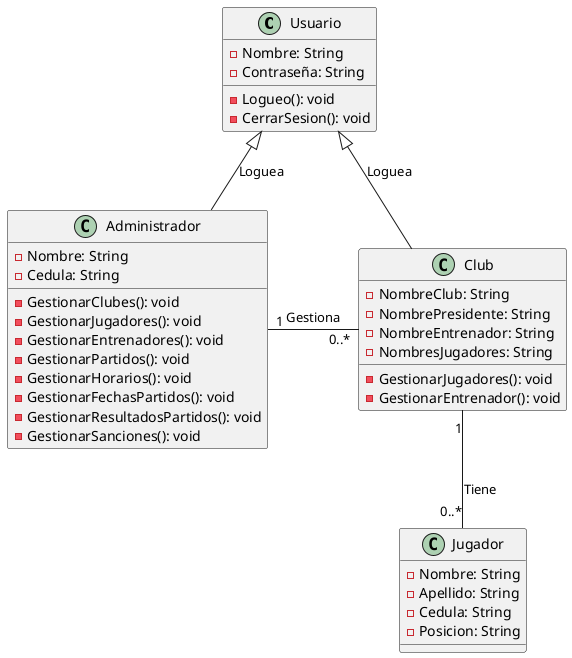
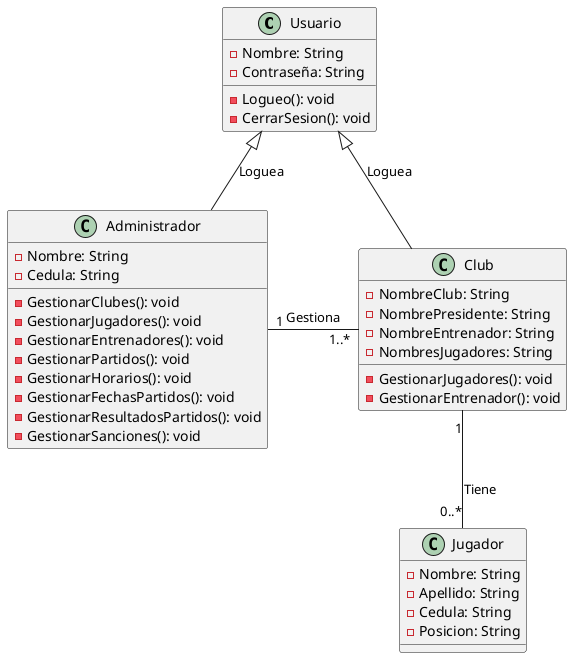
@startuml Final

class Usuario {
    -Nombre: String
    -Contraseña: String

    -Logueo(): void
    -CerrarSesion(): void

}

class Administrador {
    -Nombre: String
    -Cedula: String

    -GestionarClubes(): void
    -GestionarJugadores(): void
    -GestionarEntrenadores(): void
    -GestionarPartidos(): void
    -GestionarHorarios(): void
    -GestionarFechasPartidos(): void
    -GestionarResultadosPartidos(): void
    -GestionarSanciones(): void

}

class Club {
    -NombreClub: String
    -NombrePresidente: String
    -NombreEntrenador: String
    -NombresJugadores: String

    -GestionarJugadores(): void
    -GestionarEntrenador(): void


}

class Jugador {
    -Nombre: String
    -Apellido: String
    -Cedula: String
    -Posicion: String

}
Usuario <|-- Administrador: Loguea
Usuario <|-- Club: Loguea
- Administrador "1" -right- "0..*" Club: Gestiona
+ Administrador "1" -right- "1..*" Club: Gestiona
Club "1" -down- "0..*" Jugador: Tiene

@enduml